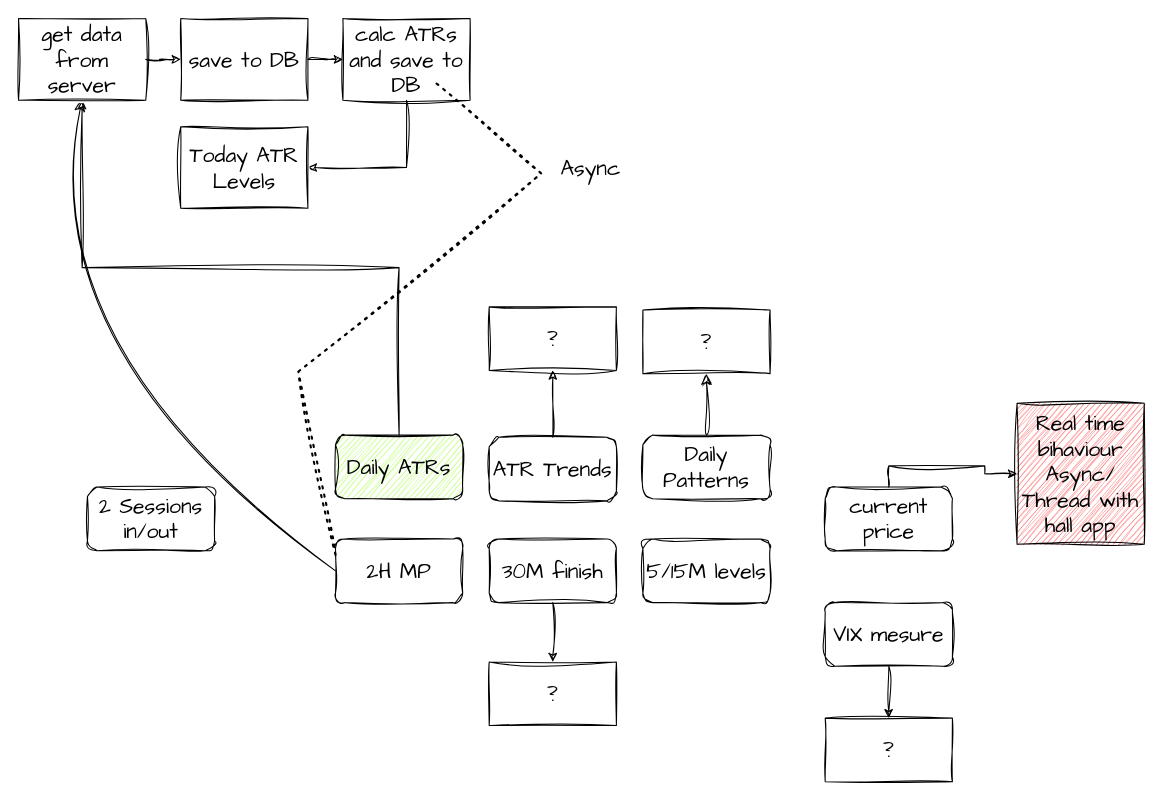
Before: page "main" (1 of 7) of structure.drawio in Kupavtsev/markets_data_handler, a draw.io diagram. Source tidied: cells renumbered, new cells numbered last; positions are measured from the earlier drawing's top-left corner, leaving out a move shared by most shapes. Both pictures are drawn from the tidied source at 106%, with x=0, y=0 at pixel (18, 18).
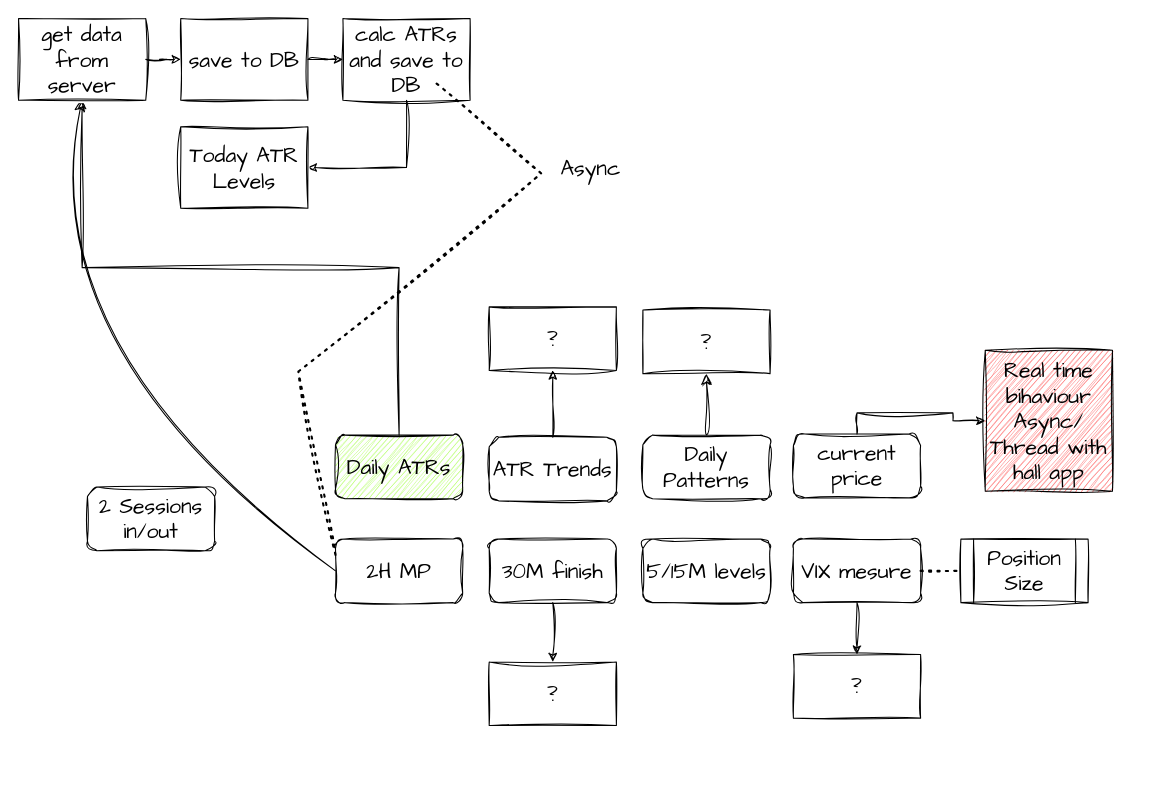
After the change.

Change to the diagram source:
```diff
@@
     <mxCell id="3" value="current price" style="rounded=1;whiteSpace=wrap;html=1;sketch=1;hachureGap=4;jiggle=2;curveFitting=1;fontFamily=Architects Daughter;fontSize=20;arcSize=18;" parent="1" vertex="1">
-      <mxGeometry x="761" y="442" width="120" height="60" as="geometry" />
+      <mxGeometry x="731" y="392" width="120" height="60" as="geometry" />
     </mxCell>
@@
     <mxCell id="15" value="Real time bihaviour&lt;br&gt;Async/&lt;br&gt;Thread with hall app" style="rounded=0;whiteSpace=wrap;html=1;sketch=1;hachureGap=4;jiggle=2;curveFitting=1;fontFamily=Architects Daughter;fontSize=20;fillColor=#FF6666;" parent="1" vertex="1">
-      <mxGeometry x="942" y="363" width="120" height="133" as="geometry" />
+      <mxGeometry x="912" y="313" width="120" height="133" as="geometry" />
     </mxCell>
@@
     <mxCell id="28" value="VIX mesure" style="rounded=1;whiteSpace=wrap;html=1;sketch=1;hachureGap=4;jiggle=2;curveFitting=1;fontFamily=Architects Daughter;fontSize=20;" parent="1" vertex="1">
-      <mxGeometry x="761" y="551" width="120" height="60" as="geometry" />
+      <mxGeometry x="731" y="491" width="120" height="60" as="geometry" />
     </mxCell>
@@
     <mxCell id="30" value="?" style="rounded=0;whiteSpace=wrap;html=1;sketch=1;hachureGap=4;jiggle=2;curveFitting=1;fontFamily=Architects Daughter;fontSize=20;" parent="1" vertex="1">
-      <mxGeometry x="761" y="660" width="120" height="60" as="geometry" />
+      <mxGeometry x="731" y="600" width="120" height="60" as="geometry" />
     </mxCell>
@@
+    <mxCell id="32" value="Position&lt;br&gt;Size" style="shape=process;whiteSpace=wrap;html=1;backgroundOutline=1;sketch=1;hachureGap=4;jiggle=2;curveFitting=1;fontFamily=Architects Daughter;fontSize=20;" parent="1" vertex="1">
+      <mxGeometry x="889" y="491" width="120" height="60" as="geometry" />
+    </mxCell>
+    <mxCell id="33" style="endArrow=none;dashed=1;html=1;dashPattern=1 3;strokeWidth=2;rounded=0;sketch=1;hachureGap=4;jiggle=2;curveFitting=1;fontFamily=Architects Daughter;fontSize=16;entryX=0;entryY=0.5;entryDx=0;entryDy=0;exitX=1;exitY=0.5;exitDx=0;exitDy=0;" parent="1" edge="1" source="28" target="32">
+      <mxGeometry relative="1" as="geometry" />
+    </mxCell>
```
